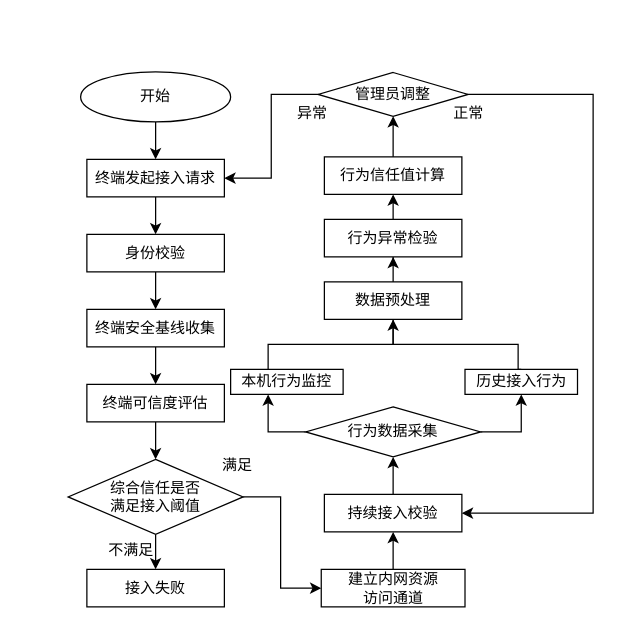
This is testDirectory/系统工作流程.drawio from Moose1273/-, a draw.io file, before an edit. Source tidied: cells renumbered, new cells numbered last; positions are measured from the earlier drawing's top-left corner, leaving out a move shared by most shapes. Both pictures are drawn from the tidied source at 125%, with x=0, y=0 at pixel (68, 71).
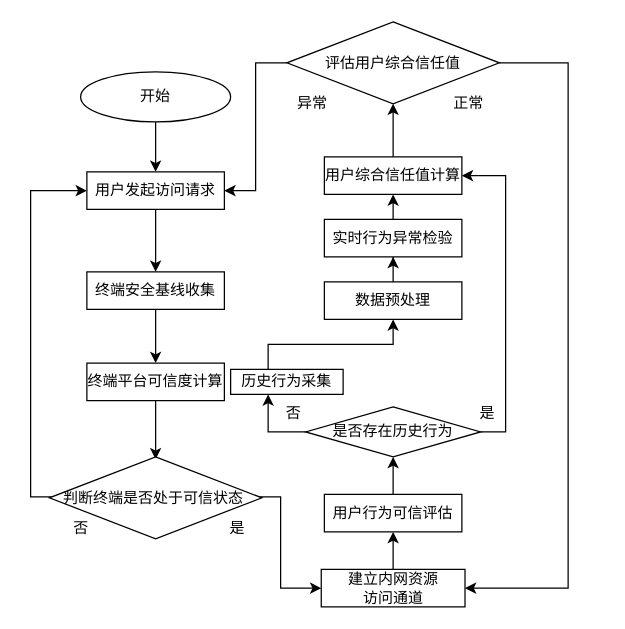
The same diagram, later.

Commit message:
更新系统工作流程.drawio

The change refers to these unchanged cells:
```xml
<mxCell id="38" value="建立内网资源&lt;br&gt;访问通道" style="rounded=0;whiteSpace=wrap;html=1;" parent="1" vertex="1">
  <mxGeometry x="202.5" y="398" width="115" height="30" as="geometry" />
</mxCell>
```

Diff of the diagram source:
```diff
@@
-    <mxCell id="4" style="edgeStyle=orthogonalEdgeStyle;rounded=0;jettySize=auto;html=1;" parent="1" edge="1" source="5" target="7">
-      <mxGeometry relative="1" as="geometry" />
-    </mxCell>
+    <mxCell id="40" style="edgeStyle=orthogonalEdgeStyle;rounded=0;jettySize=auto;html=1;" parent="1" edge="1" source="5" target="9">
+      <mxGeometry relative="1" as="geometry" />
+    </mxCell>
-    <mxCell id="5" value="终端发起接入请求" style="rounded=0;whiteSpace=wrap;html=1;" parent="1" vertex="1">
-      <mxGeometry x="15" y="70" width="110" height="30" as="geometry" />
+    <mxCell id="5" value="用户发起访问请求" style="rounded=0;whiteSpace=wrap;html=1;" parent="1" vertex="1">
+      <mxGeometry x="15" y="80" width="110" height="30" as="geometry" />
     </mxCell>
-    <mxCell id="6" style="edgeStyle=orthogonalEdgeStyle;rounded=0;jettySize=auto;html=1;" parent="1" edge="1" source="7" target="9">
-      <mxGeometry relative="1" as="geometry" />
-    </mxCell>
-    <mxCell id="7" value="身份校验" style="rounded=0;whiteSpace=wrap;html=1;" parent="1" vertex="1">
-      <mxGeometry x="15" y="130" width="110" height="30" as="geometry" />
-    </mxCell>
@@
     <mxCell id="9" value="终端安全基线收集" style="rounded=0;whiteSpace=wrap;html=1;" parent="1" vertex="1">
-      <mxGeometry x="15" y="190" width="110" height="30" as="geometry" />
+      <mxGeometry x="15" y="160" width="110" height="30" as="geometry" />
     </mxCell>
@@
-    <mxCell id="11" value="终端可信度评估" style="rounded=0;whiteSpace=wrap;html=1;" parent="1" vertex="1">
-      <mxGeometry x="15" y="250" width="110" height="30" as="geometry" />
+    <mxCell id="11" value="终端平台可信度计算" style="rounded=0;whiteSpace=wrap;html=1;" parent="1" vertex="1">
+      <mxGeometry x="15" y="233" width="110" height="30" as="geometry" />
     </mxCell>
-    <mxCell id="12" style="edgeStyle=orthogonalEdgeStyle;rounded=0;jettySize=auto;html=1;" parent="1" edge="1" source="13">
-      <mxGeometry relative="1" as="geometry">
-        <mxPoint x="70" y="398" as="targetPoint" />
-      </mxGeometry>
-    </mxCell>
-    <mxCell id="13" value="综合信任是否&lt;br&gt;满足接入阈值" style="rhombus;whiteSpace=wrap;html=1;" parent="1" vertex="1">
-      <mxGeometry y="310" width="140" height="60" as="geometry" />
-    </mxCell>
+    <mxCell id="41" style="edgeStyle=orthogonalEdgeStyle;rounded=0;jettySize=auto;html=1;entryX=0;entryY=0.5;entryDx=0;entryDy=0;exitX=0.029;exitY=0.489;exitDx=0;exitDy=0;exitPerimeter=0;" parent="1" edge="1" source="45" target="5">
+      <mxGeometry relative="1" as="geometry">
+        <Array as="points">
+          <mxPoint x="-30" y="340" />
+          <mxPoint x="-30" y="95" />
+        </Array>
+      </mxGeometry>
+    </mxCell>
-    <mxCell id="14" value="不满足" style="text;html=1;align=center;verticalAlign=middle;strokeColor=none;fillColor=none;" parent="1" vertex="1">
-      <mxGeometry x="20" y="368" width="60" height="30" as="geometry" />
+    <mxCell id="14" value="否" style="text;html=1;align=center;verticalAlign=middle;strokeColor=none;fillColor=none;" parent="1" vertex="1">
+      <mxGeometry x="-10" y="350" width="40" height="30" as="geometry" />
     </mxCell>
-    <mxCell id="15" value="接入失败" style="rounded=0;whiteSpace=wrap;html=1;" parent="1" vertex="1">
-      <mxGeometry x="15" y="398" width="110" height="30" as="geometry" />
-    </mxCell>
@@
-    <mxCell id="17" value="持续接入校验" style="rounded=0;whiteSpace=wrap;html=1;" parent="1" vertex="1">
+    <mxCell id="17" value="用户行为可信评估" style="rounded=0;whiteSpace=wrap;html=1;" parent="1" vertex="1">
       <mxGeometry x="205" y="338" width="110" height="30" as="geometry" />
     </mxCell>
-    <mxCell id="18" value="满足" style="text;html=1;align=center;verticalAlign=middle;strokeColor=none;fillColor=none;" parent="1" vertex="1">
-      <mxGeometry x="110" y="300" width="50" height="30" as="geometry" />
+    <mxCell id="18" value="是" style="text;html=1;align=center;verticalAlign=middle;strokeColor=none;fillColor=none;" parent="1" vertex="1">
+      <mxGeometry x="115" y="350" width="40" height="30" as="geometry" />
     </mxCell>
@@
-    <mxCell id="20" style="edgeStyle=orthogonalEdgeStyle;rounded=0;jettySize=auto;html=1;entryX=0.5;entryY=1;entryDx=0;entryDy=0;exitX=1;exitY=0.5;exitDx=0;exitDy=0;" parent="1" edge="1" source="21" target="25">
+    <mxCell id="20" style="edgeStyle=orthogonalEdgeStyle;rounded=0;jettySize=auto;html=1;entryX=1;entryY=0.5;entryDx=0;entryDy=0;exitX=1;exitY=0.5;exitDx=0;exitDy=0;" parent="1" edge="1" source="21" target="31">
       <mxGeometry relative="1" as="geometry" />
     </mxCell>
-    <mxCell id="21" value="行为数据采集" style="rhombus;whiteSpace=wrap;html=1;" parent="1" vertex="1">
+    <mxCell id="21" value="是否存在历史行为" style="rhombus;whiteSpace=wrap;html=1;" parent="1" vertex="1">
       <mxGeometry x="190" y="268" width="140" height="40" as="geometry" />
     </mxCell>
@@
-    <mxCell id="23" value="本机行为监控" style="rounded=0;whiteSpace=wrap;html=1;" parent="1" vertex="1">
+    <mxCell id="23" value="历史行为采集" style="rounded=0;whiteSpace=wrap;html=1;" parent="1" vertex="1">
       <mxGeometry x="130" y="238" width="90" height="20" as="geometry" />
     </mxCell>
-    <mxCell id="24" style="edgeStyle=orthogonalEdgeStyle;rounded=0;jettySize=auto;html=1;endArrow=none;endFill=0;exitX=0.5;exitY=0;exitDx=0;exitDy=0;" parent="1" edge="1" source="25">
-      <mxGeometry relative="1" as="geometry">
-        <mxPoint x="260" y="198" as="targetPoint" />
-        <Array as="points">
-          <mxPoint x="360" y="238" />
-          <mxPoint x="360" y="218" />
-          <mxPoint x="260" y="218" />
-        </Array>
-      </mxGeometry>
-    </mxCell>
-    <mxCell id="25" value="历史接入行为" style="rounded=0;whiteSpace=wrap;html=1;" parent="1" vertex="1">
-      <mxGeometry x="317.5" y="238" width="90" height="20" as="geometry" />
-    </mxCell>
@@
-    <mxCell id="29" value="行为异常检验" style="rounded=0;whiteSpace=wrap;html=1;" parent="1" vertex="1">
+    <mxCell id="29" value="实时行为异常检验" style="rounded=0;whiteSpace=wrap;html=1;" parent="1" vertex="1">
       <mxGeometry x="205" y="118" width="110" height="30" as="geometry" />
     </mxCell>
@@
-    <mxCell id="31" value="行为信任值计算" style="rounded=0;whiteSpace=wrap;html=1;" parent="1" vertex="1">
+    <mxCell id="31" value="用户综合信任值计算" style="rounded=0;whiteSpace=wrap;html=1;" parent="1" vertex="1">
       <mxGeometry x="205" y="68" width="110" height="30" as="geometry" />
     </mxCell>
@@
-    <mxCell id="33" style="edgeStyle=orthogonalEdgeStyle;rounded=0;jettySize=auto;html=1;entryX=1;entryY=0.5;entryDx=0;entryDy=0;" parent="1" edge="1" source="34" target="17">
-      <mxGeometry relative="1" as="geometry">
-        <Array as="points">
-          <mxPoint x="420" y="18" />
-          <mxPoint x="420" y="353" />
-        </Array>
-      </mxGeometry>
-    </mxCell>
+    <mxCell id="42" style="edgeStyle=orthogonalEdgeStyle;rounded=0;jettySize=auto;html=1;entryX=1;entryY=0.5;entryDx=0;entryDy=0;" parent="1" edge="1" source="34" target="38">
+      <mxGeometry relative="1" as="geometry">
+        <Array as="points">
+          <mxPoint x="400" y="-7" />
+          <mxPoint x="400" y="413" />
+        </Array>
+      </mxGeometry>
+    </mxCell>
-    <mxCell id="34" value="管理员调整" style="rhombus;whiteSpace=wrap;html=1;rounded=0;" parent="1" vertex="1">
-      <mxGeometry x="200" y="0.5" width="120" height="35" as="geometry" />
+    <mxCell id="34" value="评估用户综合信任值" style="rhombus;whiteSpace=wrap;html=1;rounded=0;" parent="1" vertex="1">
+      <mxGeometry x="175" y="-40" width="170" height="65.5" as="geometry" />
     </mxCell>
     <mxCell id="35" value="异常" style="text;html=1;align=center;verticalAlign=middle;strokeColor=none;fillColor=none;" parent="1" vertex="1">
-      <mxGeometry x="170" y="18" width="50" height="30" as="geometry" />
+      <mxGeometry x="170" y="10" width="50" height="30" as="geometry" />
     </mxCell>
     <mxCell id="36" value="正常" style="text;html=1;align=center;verticalAlign=middle;strokeColor=none;fillColor=none;" parent="1" vertex="1">
-      <mxGeometry x="295" y="18" width="50" height="30" as="geometry" />
+      <mxGeometry x="295" y="10" width="50" height="30" as="geometry" />
     </mxCell>
@@
-    <mxCell id="39" style="endArrow=classic;html=1;rounded=0;exitX=1;exitY=0.5;exitDx=0;exitDy=0;entryX=0;entryY=0.5;entryDx=0;entryDy=0;" parent="1" edge="1" source="13" target="38">
+    <mxCell id="39" style="endArrow=classic;html=1;rounded=0;exitX=1;exitY=0.5;exitDx=0;exitDy=0;entryX=0;entryY=0.5;entryDx=0;entryDy=0;" parent="1" edge="1" target="38">
       <mxGeometry relative="1" as="geometry">
+        <mxPoint x="140" y="340" as="sourcePoint" />
         <Array as="points">
           <mxPoint x="170" y="340" />
           <mxPoint x="170" y="413" />
         </Array>
       </mxGeometry>
     </mxCell>
+    <mxCell id="43" value="是" style="text;html=1;align=center;verticalAlign=middle;strokeColor=none;fillColor=none;" parent="1" vertex="1">
+      <mxGeometry x="315" y="258" width="40" height="30" as="geometry" />
+    </mxCell>
+    <mxCell id="44" value="否" style="text;html=1;align=center;verticalAlign=middle;strokeColor=none;fillColor=none;" parent="1" vertex="1">
+      <mxGeometry x="160" y="258" width="40" height="30" as="geometry" />
+    </mxCell>
+    <mxCell id="45" value="判断终端是否处于可信状态&amp;nbsp;" style="rhombus;whiteSpace=wrap;html=1;rounded=0;" parent="1" vertex="1">
+      <mxGeometry x="-15" y="308" width="170" height="65.5" as="geometry" />
+    </mxCell>
```
